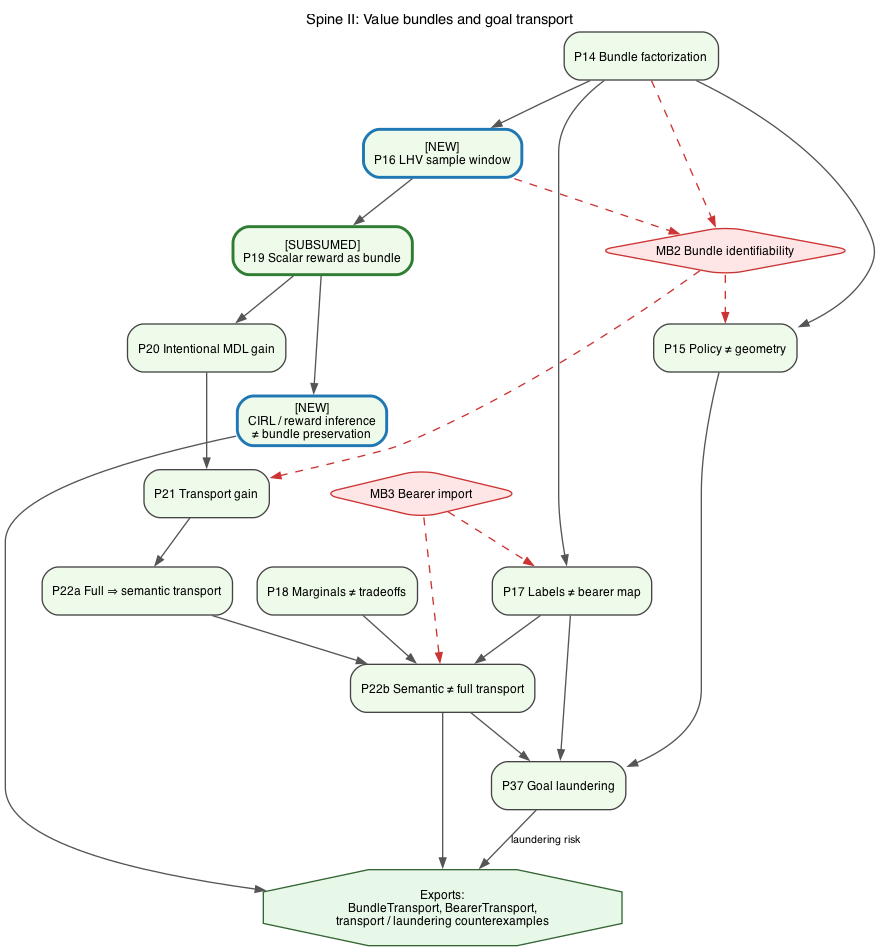
GunnarZarncke/towards-asi-alignment keeps this Graphviz diagram as figures/lean_proof/02-value-transport.png. Above is the earlier version. Its source is kept beside it as context/lean_proof_graphs/02-value-transport.dot.
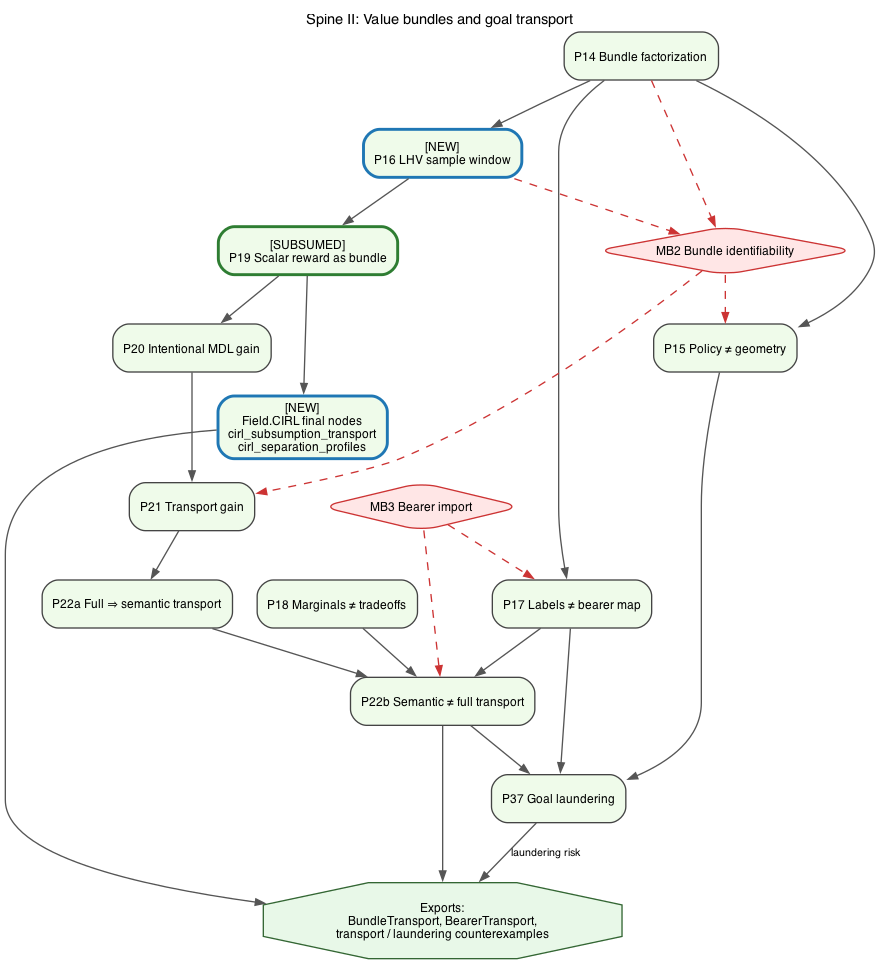
Above is the later version.

What changed in the source:
```diff
@@ -18,7 +18,7 @@
   P17 [label="P17 Labels ≠ bearer map", fillcolor="#EFFBEA"];
   P18 [label="P18 Marginals ≠ tradeoffs", fillcolor="#EFFBEA"];
   P19 [label="[SUBSUMED]\nP19 Scalar reward as bundle", fillcolor="#EFFBEA", color="#2E7D32", penwidth=2.2];
-  PCIRL [label="[NEW]\nCIRL / reward inference\n≠ bundle preservation", fillcolor="#EFFBEA", color="#1F77B4", penwidth=2.2];
+  FCIRL [label="[NEW]\nField.CIRL final nodes\ncirl_subsumption_transport\ncirl_separation_profiles", fillcolor="#EFFBEA", color="#1F77B4", penwidth=2.2];
   P20 [label="P20 Intentional MDL gain", fillcolor="#EFFBEA"];
   P21 [label="P21 Transport gain", fillcolor="#EFFBEA"];
   P22a [label="P22a Full ⇒ semantic transport", fillcolor="#EFFBEA"];
@@ -35,7 +35,7 @@
   P14 -> P16;
   P14 -> P17;
   P16 -> P19 -> P20 -> P21 -> P22a -> P22b;
-  P19 -> PCIRL;
+  P19 -> FCIRL;
   P17 -> P22b;
   P18 -> P22b;
   P15 -> P37;
@@ -50,6 +50,6 @@
   MB3 -> P22b [style=dashed, color="#CC3333"];
 
   P22b -> OUT;
-  PCIRL -> OUT;
+  FCIRL -> OUT;
   P37 -> OUT [label="laundering risk"];
 }
```
